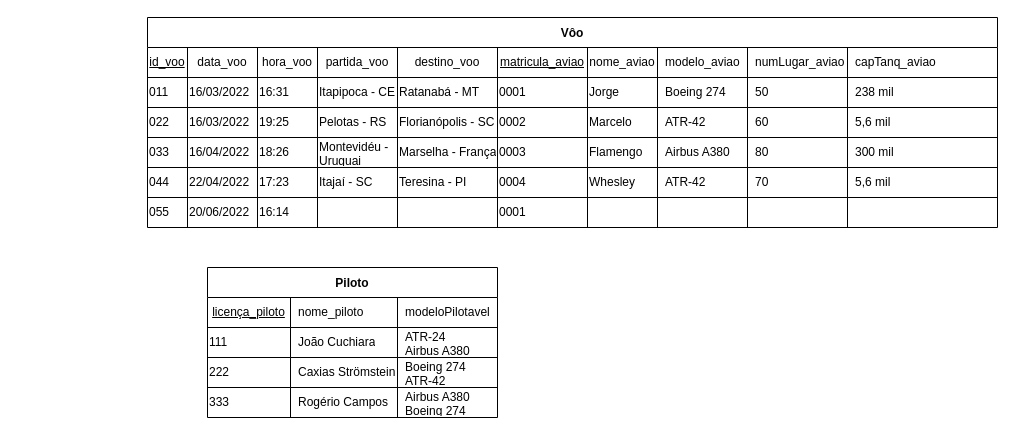
Earlier version of the draw.io diagram Lista9_20-06/Lista9.drawio (andreeeeeeeee/Engenharia_Software). Source tidied: cells renumbered, new cells numbered last; positions are measured from the earlier drawing's top-left corner, leaving out a move shared by most shapes. Both pictures are drawn from the tidied source at 100%, with x=0, y=0 at pixel (147, 17).
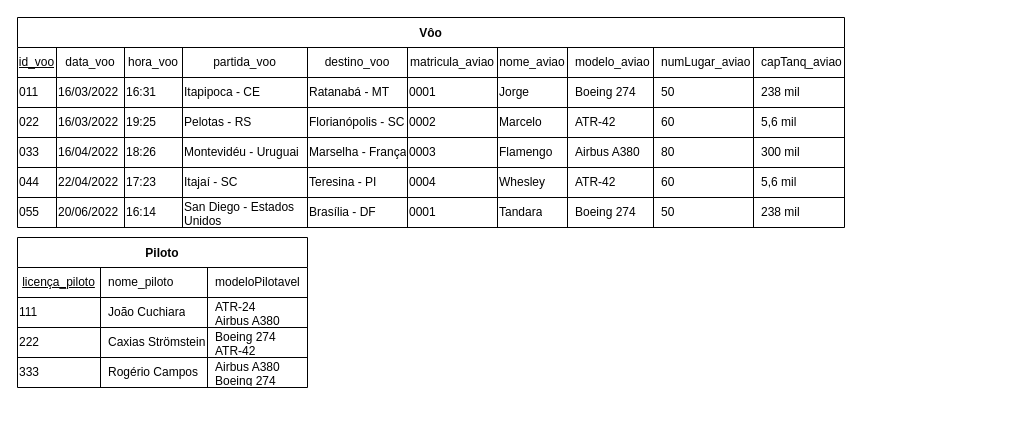
The same page after the edit.

The edit, as a diff of the source:
```diff
@@
     <mxCell id="2" value="Vôo" style="shape=table;startSize=30;childLayout=tableLayout;rowLines=1;fontStyle=1;swimlaneFillColor=default;align=center;" parent="1" vertex="1">
-      <mxGeometry width="850" height="210" as="geometry" />
+      <mxGeometry x="-130" width="827" height="210" as="geometry" />
     </mxCell>
     <mxCell id="3" style="shape=tableRow;horizontal=0;startSize=0;swimlaneHead=0;swimlaneBody=0;top=0;left=0;bottom=0;right=0;fillColor=none;" parent="2" vertex="1">
-      <mxGeometry y="30" width="850" height="30" as="geometry" />
+      <mxGeometry y="30" width="827" height="30" as="geometry" />
     </mxCell>
     <mxCell id="4" value="id_voo" style="shape=partialRectangle;html=1;whiteSpace=wrap;fillColor=none;top=0;left=0;bottom=0;right=0;overflow=hidden;fontStyle=4;" parent="3" vertex="1">
-      <mxGeometry width="40" height="30" as="geometry" />
+      <mxGeometry width="39" height="30" as="geometry" />
     </mxCell>
     <mxCell id="5" value="data_voo" style="shape=partialRectangle;html=1;whiteSpace=wrap;fillColor=none;top=0;left=0;bottom=0;right=0;overflow=hidden;fontStyle=0;" parent="3" vertex="1">
-      <mxGeometry x="40" width="70" height="30" as="geometry" />
+      <mxGeometry x="39" width="68" height="30" as="geometry" />
     </mxCell>
     <mxCell id="6" value="hora_voo" style="shape=partialRectangle;html=1;whiteSpace=wrap;fillColor=none;top=0;left=0;bottom=0;right=0;overflow=hidden;fontStyle=0;" parent="3" vertex="1">
-      <mxGeometry x="110" width="60" height="30" as="geometry" />
+      <mxGeometry x="107" width="58" height="30" as="geometry" />
     </mxCell>
     <mxCell id="7" value="partida_voo" style="shape=partialRectangle;html=1;whiteSpace=wrap;fillColor=none;top=0;left=0;bottom=0;right=0;overflow=hidden;fontStyle=0;" parent="3" vertex="1">
-      <mxGeometry x="170" width="80" height="30" as="geometry" />
+      <mxGeometry x="165" width="125" height="30" as="geometry" />
     </mxCell>
     <mxCell id="8" value="destino_voo" style="shape=partialRectangle;html=1;whiteSpace=wrap;fillColor=none;top=0;left=0;bottom=0;right=0;overflow=hidden;fontStyle=0;" parent="3" vertex="1">
-      <mxGeometry x="250" width="100" height="30" as="geometry" />
+      <mxGeometry x="290" width="100" height="30" as="geometry" />
     </mxCell>
-    <mxCell id="9" value="matricula_aviao" style="shape=partialRectangle;html=1;whiteSpace=wrap;fillColor=none;top=0;left=0;bottom=0;right=0;overflow=hidden;fontStyle=4;" parent="3" vertex="1">
-      <mxGeometry x="350" width="90" height="30" as="geometry" />
+    <mxCell id="9" value="matricula_aviao" style="shape=partialRectangle;html=1;whiteSpace=wrap;fillColor=none;top=0;left=0;bottom=0;right=0;overflow=hidden;fontStyle=0;" parent="3" vertex="1">
+      <mxGeometry x="390" width="90" height="30" as="geometry" />
     </mxCell>
     <mxCell id="10" value="nome_aviao" style="shape=partialRectangle;html=1;whiteSpace=wrap;fillColor=none;top=0;left=0;bottom=0;right=0;overflow=hidden;fontStyle=0;" parent="3" vertex="1">
-      <mxGeometry x="440" width="70" height="30" as="geometry" />
+      <mxGeometry x="480" width="70" height="30" as="geometry" />
     </mxCell>
     <mxCell id="11" value="modelo_aviao" style="shape=partialRectangle;html=1;whiteSpace=wrap;fillColor=none;top=0;left=0;bottom=0;right=0;align=left;spacingLeft=6;overflow=hidden;" parent="3" vertex="1">
-      <mxGeometry x="510" width="90" height="30" as="geometry" />
+      <mxGeometry x="550" width="86" height="30" as="geometry" />
     </mxCell>
     <mxCell id="12" value="numLugar_aviao" style="shape=partialRectangle;html=1;whiteSpace=wrap;fillColor=none;top=0;left=0;bottom=0;right=0;align=left;spacingLeft=6;overflow=hidden;" parent="3" vertex="1">
-      <mxGeometry x="600" width="100" height="30" as="geometry" />
+      <mxGeometry x="636" width="100" height="30" as="geometry" />
     </mxCell>
     <mxCell id="13" value="capTanq_aviao" style="shape=partialRectangle;html=1;whiteSpace=wrap;fillColor=none;top=0;left=0;bottom=0;right=0;align=left;spacingLeft=6;overflow=hidden;" parent="3" vertex="1">
-      <mxGeometry x="700" width="150" height="30" as="geometry" />
+      <mxGeometry x="736" width="91" height="30" as="geometry" />
     </mxCell>
     <mxCell id="14" style="shape=tableRow;horizontal=0;startSize=0;swimlaneHead=0;swimlaneBody=0;top=0;left=0;bottom=0;right=0;fillColor=none;" parent="2" vertex="1">
-      <mxGeometry y="60" width="850" height="30" as="geometry" />
+      <mxGeometry y="60" width="827" height="30" as="geometry" />
     </mxCell>
     <mxCell id="15" value="011" style="shape=partialRectangle;html=1;whiteSpace=wrap;fillColor=none;top=0;left=0;bottom=0;right=0;overflow=hidden;align=left;" parent="14" vertex="1">
-      <mxGeometry width="40" height="30" as="geometry" />
+      <mxGeometry width="39" height="30" as="geometry" />
     </mxCell>
     <mxCell id="16" value="16/03/2022" style="shape=partialRectangle;html=1;whiteSpace=wrap;fillColor=none;top=0;left=0;bottom=0;right=0;overflow=hidden;align=left;" parent="14" vertex="1">
-      <mxGeometry x="40" width="70" height="30" as="geometry" />
+      <mxGeometry x="39" width="68" height="30" as="geometry" />
     </mxCell>
     <mxCell id="17" value="16:31" style="shape=partialRectangle;html=1;whiteSpace=wrap;fillColor=none;top=0;left=0;bottom=0;right=0;overflow=hidden;align=left;" parent="14" vertex="1">
-      <mxGeometry x="110" width="60" height="30" as="geometry" />
+      <mxGeometry x="107" width="58" height="30" as="geometry" />
     </mxCell>
     <mxCell id="18" value="Itapipoca - CE" style="shape=partialRectangle;html=1;whiteSpace=wrap;fillColor=none;top=0;left=0;bottom=0;right=0;overflow=hidden;align=left;" parent="14" vertex="1">
-      <mxGeometry x="170" width="80" height="30" as="geometry" />
+      <mxGeometry x="165" width="125" height="30" as="geometry" />
     </mxCell>
     <mxCell id="19" value="Ratanabá - MT" style="shape=partialRectangle;html=1;whiteSpace=wrap;fillColor=none;top=0;left=0;bottom=0;right=0;overflow=hidden;align=left;" parent="14" vertex="1">
-      <mxGeometry x="250" width="100" height="30" as="geometry" />
+      <mxGeometry x="290" width="100" height="30" as="geometry" />
     </mxCell>
     <mxCell id="20" value="0001" style="shape=partialRectangle;html=1;whiteSpace=wrap;fillColor=none;top=0;left=0;bottom=0;right=0;overflow=hidden;align=left;" parent="14" vertex="1">
-      <mxGeometry x="350" width="90" height="30" as="geometry" />
+      <mxGeometry x="390" width="90" height="30" as="geometry" />
     </mxCell>
     <mxCell id="21" value="Jorge" style="shape=partialRectangle;html=1;whiteSpace=wrap;fillColor=none;top=0;left=0;bottom=0;right=0;overflow=hidden;align=left;" parent="14" vertex="1">
-      <mxGeometry x="440" width="70" height="30" as="geometry" />
+      <mxGeometry x="480" width="70" height="30" as="geometry" />
     </mxCell>
     <mxCell id="22" value="Boeing 274" style="shape=partialRectangle;html=1;whiteSpace=wrap;fillColor=none;top=0;left=0;bottom=0;right=0;align=left;spacingLeft=6;overflow=hidden;verticalAlign=middle;horizontal=1;" parent="14" vertex="1">
-      <mxGeometry x="510" width="90" height="30" as="geometry" />
+      <mxGeometry x="550" width="86" height="30" as="geometry" />
     </mxCell>
     <mxCell id="23" value="50" style="shape=partialRectangle;html=1;whiteSpace=wrap;fillColor=none;top=0;left=0;bottom=0;right=0;align=left;spacingLeft=6;overflow=hidden;" parent="14" vertex="1">
-      <mxGeometry x="600" width="100" height="30" as="geometry" />
+      <mxGeometry x="636" width="100" height="30" as="geometry" />
     </mxCell>
     <mxCell id="24" value="238 mil" style="shape=partialRectangle;html=1;whiteSpace=wrap;fillColor=none;top=0;left=0;bottom=0;right=0;align=left;spacingLeft=6;overflow=hidden;" parent="14" vertex="1">
-      <mxGeometry x="700" width="150" height="30" as="geometry" />
+      <mxGeometry x="736" width="91" height="30" as="geometry" />
     </mxCell>
     <mxCell id="25" style="shape=tableRow;horizontal=0;startSize=0;swimlaneHead=0;swimlaneBody=0;top=0;left=0;bottom=0;right=0;fillColor=none;" parent="2" vertex="1">
-      <mxGeometry y="90" width="850" height="30" as="geometry" />
+      <mxGeometry y="90" width="827" height="30" as="geometry" />
     </mxCell>
     <mxCell id="26" value="022" style="shape=partialRectangle;html=1;whiteSpace=wrap;fillColor=none;top=0;left=0;bottom=0;right=0;overflow=hidden;align=left;" parent="25" vertex="1">
-      <mxGeometry width="40" height="30" as="geometry" />
+      <mxGeometry width="39" height="30" as="geometry" />
     </mxCell>
     <mxCell id="27" value="16/03/2022" style="shape=partialRectangle;html=1;whiteSpace=wrap;fillColor=none;top=0;left=0;bottom=0;right=0;overflow=hidden;align=left;" parent="25" vertex="1">
-      <mxGeometry x="40" width="70" height="30" as="geometry" />
+      <mxGeometry x="39" width="68" height="30" as="geometry" />
     </mxCell>
     <mxCell id="28" value="19:25" style="shape=partialRectangle;html=1;whiteSpace=wrap;fillColor=none;top=0;left=0;bottom=0;right=0;overflow=hidden;align=left;" parent="25" vertex="1">
-      <mxGeometry x="110" width="60" height="30" as="geometry" />
+      <mxGeometry x="107" width="58" height="30" as="geometry" />
     </mxCell>
     <mxCell id="29" value="Pelotas - RS" style="shape=partialRectangle;html=1;whiteSpace=wrap;fillColor=none;top=0;left=0;bottom=0;right=0;overflow=hidden;align=left;" parent="25" vertex="1">
-      <mxGeometry x="170" width="80" height="30" as="geometry" />
+      <mxGeometry x="165" width="125" height="30" as="geometry" />
     </mxCell>
     <mxCell id="30" value="Florianópolis - SC" style="shape=partialRectangle;html=1;whiteSpace=wrap;fillColor=none;top=0;left=0;bottom=0;right=0;overflow=hidden;align=left;" parent="25" vertex="1">
-      <mxGeometry x="250" width="100" height="30" as="geometry" />
+      <mxGeometry x="290" width="100" height="30" as="geometry" />
     </mxCell>
     <mxCell id="31" value="0002" style="shape=partialRectangle;html=1;whiteSpace=wrap;fillColor=none;top=0;left=0;bottom=0;right=0;overflow=hidden;align=left;" parent="25" vertex="1">
-      <mxGeometry x="350" width="90" height="30" as="geometry" />
+      <mxGeometry x="390" width="90" height="30" as="geometry" />
     </mxCell>
     <mxCell id="32" value="Marcelo" style="shape=partialRectangle;html=1;whiteSpace=wrap;fillColor=none;top=0;left=0;bottom=0;right=0;overflow=hidden;align=left;" parent="25" vertex="1">
-      <mxGeometry x="440" width="70" height="30" as="geometry" />
+      <mxGeometry x="480" width="70" height="30" as="geometry" />
     </mxCell>
     <mxCell id="33" value="ATR-42" style="shape=partialRectangle;html=1;whiteSpace=wrap;fillColor=none;top=0;left=0;bottom=0;right=0;align=left;spacingLeft=6;overflow=hidden;" parent="25" vertex="1">
-      <mxGeometry x="510" width="90" height="30" as="geometry" />
+      <mxGeometry x="550" width="86" height="30" as="geometry" />
     </mxCell>
     <mxCell id="34" value="60" style="shape=partialRectangle;html=1;whiteSpace=wrap;fillColor=none;top=0;left=0;bottom=0;right=0;align=left;spacingLeft=6;overflow=hidden;" parent="25" vertex="1">
-      <mxGeometry x="600" width="100" height="30" as="geometry" />
+      <mxGeometry x="636" width="100" height="30" as="geometry" />
     </mxCell>
     <mxCell id="35" value="5,6 mil" style="shape=partialRectangle;html=1;whiteSpace=wrap;fillColor=none;top=0;left=0;bottom=0;right=0;align=left;spacingLeft=6;overflow=hidden;" parent="25" vertex="1">
-      <mxGeometry x="700" width="150" height="30" as="geometry" />
+      <mxGeometry x="736" width="91" height="30" as="geometry" />
     </mxCell>
     <mxCell id="36" style="shape=tableRow;horizontal=0;startSize=0;swimlaneHead=0;swimlaneBody=0;top=0;left=0;bottom=0;right=0;fillColor=none;" parent="2" vertex="1">
-      <mxGeometry y="120" width="850" height="30" as="geometry" />
+      <mxGeometry y="120" width="827" height="30" as="geometry" />
     </mxCell>
     <mxCell id="37" value="033" style="shape=partialRectangle;html=1;whiteSpace=wrap;fillColor=none;top=0;left=0;bottom=0;right=0;overflow=hidden;align=left;" parent="36" vertex="1">
-      <mxGeometry width="40" height="30" as="geometry" />
+      <mxGeometry width="39" height="30" as="geometry" />
     </mxCell>
     <mxCell id="38" value="16/04/2022" style="shape=partialRectangle;html=1;whiteSpace=wrap;fillColor=none;top=0;left=0;bottom=0;right=0;overflow=hidden;align=left;" parent="36" vertex="1">
-      <mxGeometry x="40" width="70" height="30" as="geometry" />
+      <mxGeometry x="39" width="68" height="30" as="geometry" />
     </mxCell>
     <mxCell id="39" value="18:26" style="shape=partialRectangle;html=1;whiteSpace=wrap;fillColor=none;top=0;left=0;bottom=0;right=0;overflow=hidden;align=left;" parent="36" vertex="1">
-      <mxGeometry x="110" width="60" height="30" as="geometry" />
+      <mxGeometry x="107" width="58" height="30" as="geometry" />
     </mxCell>
     <mxCell id="40" value="Montevidéu - Uruguai" style="shape=partialRectangle;html=1;whiteSpace=wrap;fillColor=none;top=0;left=0;bottom=0;right=0;overflow=hidden;align=left;" parent="36" vertex="1">
-      <mxGeometry x="170" width="80" height="30" as="geometry" />
+      <mxGeometry x="165" width="125" height="30" as="geometry" />
     </mxCell>
     <mxCell id="41" value="Marselha - França" style="shape=partialRectangle;html=1;whiteSpace=wrap;fillColor=none;top=0;left=0;bottom=0;right=0;overflow=hidden;align=left;" parent="36" vertex="1">
-      <mxGeometry x="250" width="100" height="30" as="geometry" />
+      <mxGeometry x="290" width="100" height="30" as="geometry" />
     </mxCell>
     <mxCell id="42" value="0003" style="shape=partialRectangle;html=1;whiteSpace=wrap;fillColor=none;top=0;left=0;bottom=0;right=0;overflow=hidden;align=left;" parent="36" vertex="1">
-      <mxGeometry x="350" width="90" height="30" as="geometry" />
+      <mxGeometry x="390" width="90" height="30" as="geometry" />
     </mxCell>
     <mxCell id="43" value="Flamengo" style="shape=partialRectangle;html=1;whiteSpace=wrap;fillColor=none;top=0;left=0;bottom=0;right=0;overflow=hidden;align=left;" parent="36" vertex="1">
-      <mxGeometry x="440" width="70" height="30" as="geometry" />
+      <mxGeometry x="480" width="70" height="30" as="geometry" />
     </mxCell>
     <mxCell id="44" value="Airbus A380" style="shape=partialRectangle;html=1;whiteSpace=wrap;fillColor=none;top=0;left=0;bottom=0;right=0;align=left;spacingLeft=6;overflow=hidden;" parent="36" vertex="1">
-      <mxGeometry x="510" width="90" height="30" as="geometry" />
+      <mxGeometry x="550" width="86" height="30" as="geometry" />
     </mxCell>
     <mxCell id="45" value="80" style="shape=partialRectangle;html=1;whiteSpace=wrap;fillColor=none;top=0;left=0;bottom=0;right=0;align=left;spacingLeft=6;overflow=hidden;" parent="36" vertex="1">
-      <mxGeometry x="600" width="100" height="30" as="geometry" />
+      <mxGeometry x="636" width="100" height="30" as="geometry" />
     </mxCell>
     <mxCell id="46" value="300 mil" style="shape=partialRectangle;html=1;whiteSpace=wrap;fillColor=none;top=0;left=0;bottom=0;right=0;align=left;spacingLeft=6;overflow=hidden;" parent="36" vertex="1">
-      <mxGeometry x="700" width="150" height="30" as="geometry" />
+      <mxGeometry x="736" width="91" height="30" as="geometry" />
     </mxCell>
     <mxCell id="47" style="shape=tableRow;horizontal=0;startSize=0;swimlaneHead=0;swimlaneBody=0;top=0;left=0;bottom=0;right=0;fillColor=none;" parent="2" vertex="1">
-      <mxGeometry y="150" width="850" height="30" as="geometry" />
+      <mxGeometry y="150" width="827" height="30" as="geometry" />
     </mxCell>
     <mxCell id="48" value="044" style="shape=partialRectangle;html=1;whiteSpace=wrap;fillColor=none;top=0;left=0;bottom=0;right=0;overflow=hidden;align=left;" parent="47" vertex="1">
-      <mxGeometry width="40" height="30" as="geometry" />
+      <mxGeometry width="39" height="30" as="geometry" />
     </mxCell>
     <mxCell id="49" value="22/04/2022" style="shape=partialRectangle;html=1;whiteSpace=wrap;fillColor=none;top=0;left=0;bottom=0;right=0;overflow=hidden;align=left;" parent="47" vertex="1">
-      <mxGeometry x="40" width="70" height="30" as="geometry" />
+      <mxGeometry x="39" width="68" height="30" as="geometry" />
     </mxCell>
     <mxCell id="50" value="17:23" style="shape=partialRectangle;html=1;whiteSpace=wrap;fillColor=none;top=0;left=0;bottom=0;right=0;overflow=hidden;align=left;" parent="47" vertex="1">
-      <mxGeometry x="110" width="60" height="30" as="geometry" />
+      <mxGeometry x="107" width="58" height="30" as="geometry" />
     </mxCell>
     <mxCell id="51" value="Itajaí - SC" style="shape=partialRectangle;html=1;whiteSpace=wrap;fillColor=none;top=0;left=0;bottom=0;right=0;overflow=hidden;align=left;" parent="47" vertex="1">
-      <mxGeometry x="170" width="80" height="30" as="geometry" />
+      <mxGeometry x="165" width="125" height="30" as="geometry" />
     </mxCell>
     <mxCell id="52" value="Teresina - PI" style="shape=partialRectangle;html=1;whiteSpace=wrap;fillColor=none;top=0;left=0;bottom=0;right=0;overflow=hidden;align=left;" parent="47" vertex="1">
-      <mxGeometry x="250" width="100" height="30" as="geometry" />
+      <mxGeometry x="290" width="100" height="30" as="geometry" />
     </mxCell>
     <mxCell id="53" value="0004" style="shape=partialRectangle;html=1;whiteSpace=wrap;fillColor=none;top=0;left=0;bottom=0;right=0;overflow=hidden;align=left;" parent="47" vertex="1">
-      <mxGeometry x="350" width="90" height="30" as="geometry" />
+      <mxGeometry x="390" width="90" height="30" as="geometry" />
     </mxCell>
     <mxCell id="54" value="Whesley" style="shape=partialRectangle;html=1;whiteSpace=wrap;fillColor=none;top=0;left=0;bottom=0;right=0;overflow=hidden;align=left;" parent="47" vertex="1">
-      <mxGeometry x="440" width="70" height="30" as="geometry" />
+      <mxGeometry x="480" width="70" height="30" as="geometry" />
     </mxCell>
     <mxCell id="55" value="ATR-42" style="shape=partialRectangle;html=1;whiteSpace=wrap;fillColor=none;top=0;left=0;bottom=0;right=0;align=left;spacingLeft=6;overflow=hidden;" parent="47" vertex="1">
-      <mxGeometry x="510" width="90" height="30" as="geometry" />
+      <mxGeometry x="550" width="86" height="30" as="geometry" />
     </mxCell>
-    <mxCell id="56" value="70" style="shape=partialRectangle;html=1;whiteSpace=wrap;fillColor=none;top=0;left=0;bottom=0;right=0;align=left;spacingLeft=6;overflow=hidden;" parent="47" vertex="1">
-      <mxGeometry x="600" width="100" height="30" as="geometry" />
+    <mxCell id="56" value="60" style="shape=partialRectangle;html=1;whiteSpace=wrap;fillColor=none;top=0;left=0;bottom=0;right=0;align=left;spacingLeft=6;overflow=hidden;" parent="47" vertex="1">
+      <mxGeometry x="636" width="100" height="30" as="geometry" />
     </mxCell>
     <mxCell id="57" value="5,6 mil" style="shape=partialRectangle;html=1;whiteSpace=wrap;fillColor=none;top=0;left=0;bottom=0;right=0;align=left;spacingLeft=6;overflow=hidden;" parent="47" vertex="1">
-      <mxGeometry x="700" width="150" height="30" as="geometry" />
+      <mxGeometry x="736" width="91" height="30" as="geometry" />
     </mxCell>
     <mxCell id="58" style="shape=tableRow;horizontal=0;startSize=0;swimlaneHead=0;swimlaneBody=0;top=0;left=0;bottom=0;right=0;fillColor=none;" parent="2" vertex="1">
-      <mxGeometry y="180" width="850" height="30" as="geometry" />
+      <mxGeometry y="180" width="827" height="30" as="geometry" />
     </mxCell>
     <mxCell id="59" value="055" style="shape=partialRectangle;html=1;whiteSpace=wrap;fillColor=none;top=0;left=0;bottom=0;right=0;overflow=hidden;align=left;" parent="58" vertex="1">
-      <mxGeometry width="40" height="30" as="geometry" />
+      <mxGeometry width="39" height="30" as="geometry" />
     </mxCell>
     <mxCell id="60" value="20/06/2022" style="shape=partialRectangle;html=1;whiteSpace=wrap;fillColor=none;top=0;left=0;bottom=0;right=0;overflow=hidden;align=left;" parent="58" vertex="1">
-      <mxGeometry x="40" width="70" height="30" as="geometry" />
+      <mxGeometry x="39" width="68" height="30" as="geometry" />
     </mxCell>
     <mxCell id="61" value="16:14" style="shape=partialRectangle;html=1;whiteSpace=wrap;fillColor=none;top=0;left=0;bottom=0;right=0;overflow=hidden;align=left;" parent="58" vertex="1">
-      <mxGeometry x="110" width="60" height="30" as="geometry" />
+      <mxGeometry x="107" width="58" height="30" as="geometry" />
     </mxCell>
-    <mxCell id="62" style="shape=partialRectangle;html=1;whiteSpace=wrap;fillColor=none;top=0;left=0;bottom=0;right=0;overflow=hidden;align=left;" parent="58" vertex="1">
-      <mxGeometry x="170" width="80" height="30" as="geometry" />
+    <mxCell id="62" value="San Diego - Estados Unidos" style="shape=partialRectangle;html=1;whiteSpace=wrap;fillColor=none;top=0;left=0;bottom=0;right=0;overflow=hidden;align=left;" parent="58" vertex="1">
+      <mxGeometry x="165" width="125" height="30" as="geometry" />
     </mxCell>
-    <mxCell id="63" style="shape=partialRectangle;html=1;whiteSpace=wrap;fillColor=none;top=0;left=0;bottom=0;right=0;overflow=hidden;align=left;" parent="58" vertex="1">
-      <mxGeometry x="250" width="100" height="30" as="geometry" />
+    <mxCell id="63" value="Brasília - DF" style="shape=partialRectangle;html=1;whiteSpace=wrap;fillColor=none;top=0;left=0;bottom=0;right=0;overflow=hidden;align=left;" parent="58" vertex="1">
+      <mxGeometry x="290" width="100" height="30" as="geometry" />
     </mxCell>
     <mxCell id="64" value="0001" style="shape=partialRectangle;html=1;whiteSpace=wrap;fillColor=none;top=0;left=0;bottom=0;right=0;overflow=hidden;align=left;" parent="58" vertex="1">
-      <mxGeometry x="350" width="90" height="30" as="geometry" />
+      <mxGeometry x="390" width="90" height="30" as="geometry" />
     </mxCell>
-    <mxCell id="65" style="shape=partialRectangle;html=1;whiteSpace=wrap;fillColor=none;top=0;left=0;bottom=0;right=0;overflow=hidden;align=left;" parent="58" vertex="1">
-      <mxGeometry x="440" width="70" height="30" as="geometry" />
+    <mxCell id="65" value="Tandara" style="shape=partialRectangle;html=1;whiteSpace=wrap;fillColor=none;top=0;left=0;bottom=0;right=0;overflow=hidden;align=left;" parent="58" vertex="1">
+      <mxGeometry x="480" width="70" height="30" as="geometry" />
     </mxCell>
-    <mxCell id="66" style="shape=partialRectangle;html=1;whiteSpace=wrap;fillColor=none;top=0;left=0;bottom=0;right=0;align=left;spacingLeft=6;overflow=hidden;" parent="58" vertex="1">
-      <mxGeometry x="510" width="90" height="30" as="geometry" />
+    <mxCell id="66" value="Boeing 274" style="shape=partialRectangle;html=1;whiteSpace=wrap;fillColor=none;top=0;left=0;bottom=0;right=0;align=left;spacingLeft=6;overflow=hidden;" parent="58" vertex="1">
+      <mxGeometry x="550" width="86" height="30" as="geometry" />
     </mxCell>
-    <mxCell id="67" style="shape=partialRectangle;html=1;whiteSpace=wrap;fillColor=none;top=0;left=0;bottom=0;right=0;align=left;spacingLeft=6;overflow=hidden;" parent="58" vertex="1">
-      <mxGeometry x="600" width="100" height="30" as="geometry" />
+    <mxCell id="67" value="50" style="shape=partialRectangle;html=1;whiteSpace=wrap;fillColor=none;top=0;left=0;bottom=0;right=0;align=left;spacingLeft=6;overflow=hidden;" parent="58" vertex="1">
+      <mxGeometry x="636" width="100" height="30" as="geometry" />
     </mxCell>
-    <mxCell id="68" style="shape=partialRectangle;html=1;whiteSpace=wrap;fillColor=none;top=0;left=0;bottom=0;right=0;align=left;spacingLeft=6;overflow=hidden;" parent="58" vertex="1">
-      <mxGeometry x="700" width="150" height="30" as="geometry" />
+    <mxCell id="68" value="238 mil" style="shape=partialRectangle;html=1;whiteSpace=wrap;fillColor=none;top=0;left=0;bottom=0;right=0;align=left;spacingLeft=6;overflow=hidden;" parent="58" vertex="1">
+      <mxGeometry x="736" width="91" height="30" as="geometry" />
     </mxCell>
     <mxCell id="69" value="Piloto" style="shape=table;startSize=30;childLayout=tableLayout;rowLines=1;fontStyle=1;fontSize=12;swimlaneFillColor=default;" parent="1" vertex="1">
-      <mxGeometry x="60" y="250" width="290" height="150" as="geometry" />
+      <mxGeometry x="-130" y="220" width="290" height="150" as="geometry" />
     </mxCell>
```
